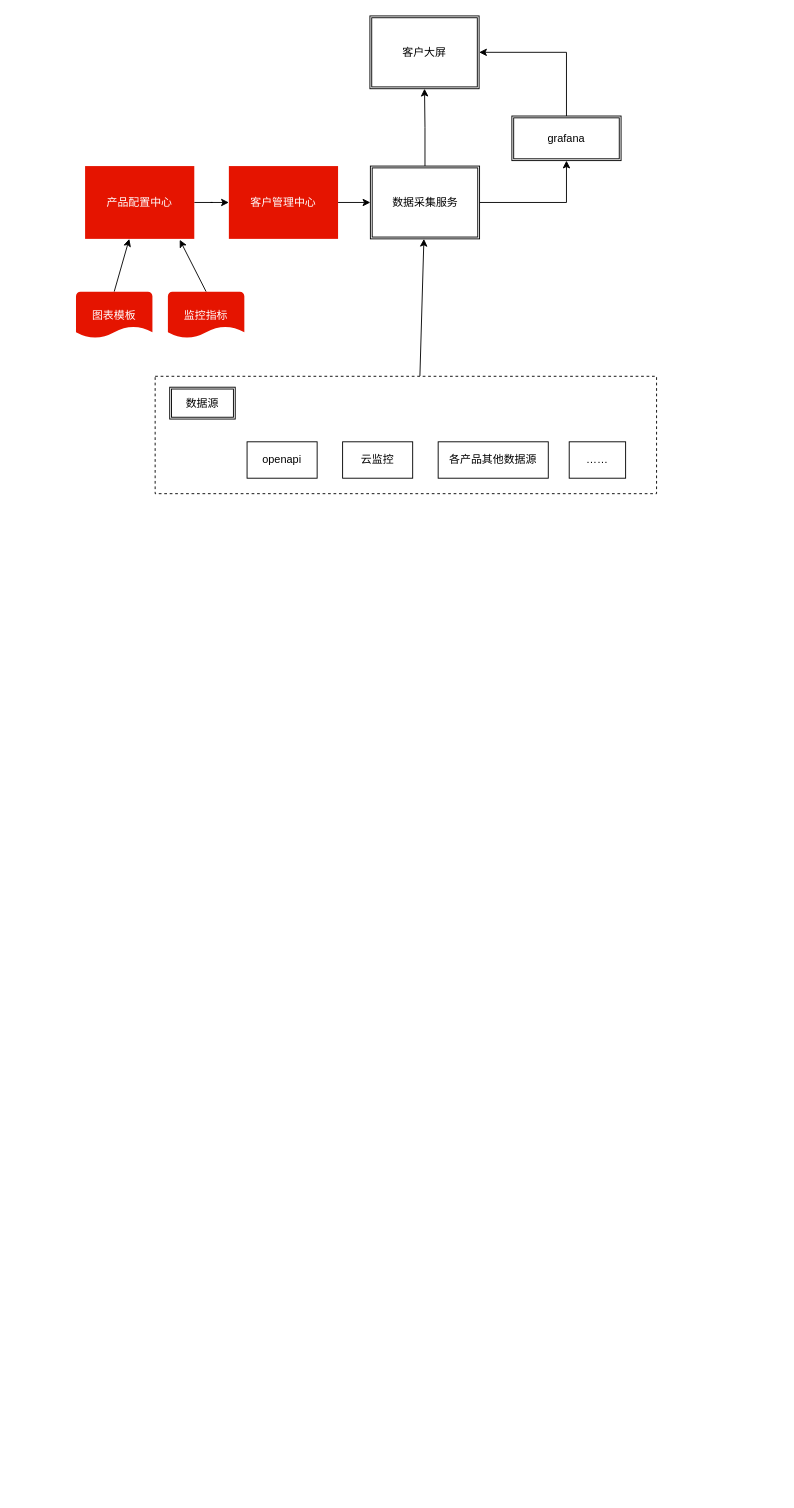
This is Untitled Diagram.drawio from SunnyYun/wecourse, a draw.io file, before an edit. Source tidied: cells renumbered, new cells numbered last; positions are measured from the earlier drawing's top-left corner, leaving out a move shared by most shapes. Both pictures are drawn from the tidied source at 91%, with x=0, y=0 at pixel (76, 15). Pictures stored in the file or linked from it are replaced by grey dashed boxes.
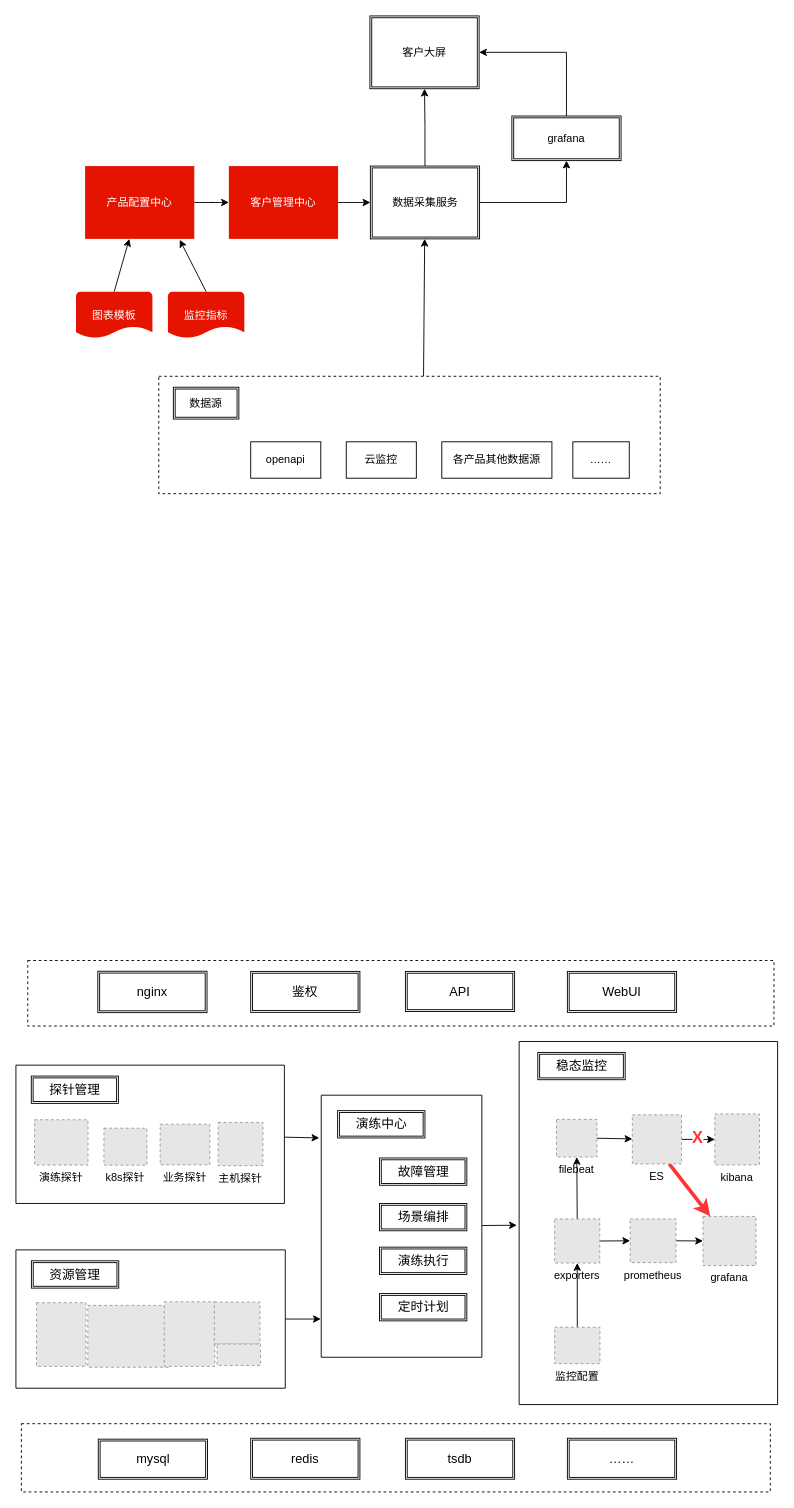
Above is the later version.

Diff of the diagram source:
```diff
@@
     <mxCell id="13" style="verticalLabelPosition=bottom;verticalAlign=top;html=1;shape=mxgraph.basic.rect;fillColor2=none;strokeWidth=1;size=20;indent=5;dashed=1;" parent="1" vertex="1">
-      <mxGeometry x="87" y="396" width="551" height="129" as="geometry" />
+      <mxGeometry x="91" y="396" width="551" height="129" as="geometry" />
     </mxCell>
     <mxCell id="14" value="数据源" style="shape=ext;double=1;rounded=0;whiteSpace=wrap;html=1;" parent="1" vertex="1">
-      <mxGeometry x="103" y="408" width="72" height="35" as="geometry" />
+      <mxGeometry x="107" y="408" width="72" height="35" as="geometry" />
     </mxCell>
@@
     <mxCell id="16" value="openapi" style="rounded=0;whiteSpace=wrap;html=1;align=center;" parent="1" vertex="1">
-      <mxGeometry x="188" y="468" width="77" height="40" as="geometry" />
+      <mxGeometry x="192" y="468" width="77" height="40" as="geometry" />
     </mxCell>
     <mxCell id="17" value="云监控" style="rounded=0;whiteSpace=wrap;html=1;align=center;" parent="1" vertex="1">
-      <mxGeometry x="293" y="468" width="77" height="40" as="geometry" />
+      <mxGeometry x="297" y="468" width="77" height="40" as="geometry" />
     </mxCell>
     <mxCell id="18" value="……" style="whiteSpace=wrap;html=1;rounded=0;" parent="1" vertex="1">
-      <mxGeometry x="542" y="468" width="62" height="40" as="geometry" />
+      <mxGeometry x="546" y="468" width="62" height="40" as="geometry" />
     </mxCell>
     <mxCell id="19" value="各产品其他数据源" style="rounded=0;whiteSpace=wrap;html=1;align=center;" parent="1" vertex="1">
-      <mxGeometry x="398" y="468" width="121" height="40" as="geometry" />
+      <mxGeometry x="402" y="468" width="121" height="40" as="geometry" />
     </mxCell>
@@
+    <mxCell id="24" style="group;" parent="1" vertex="1">
+      <mxGeometry x="-66" y="1153" width="295" height="152" as="geometry" />
+    </mxCell>
+    <mxCell id="25" style="verticalLabelPosition=bottom;verticalAlign=top;html=1;shape=mxgraph.basic.rect;fillColor2=none;strokeWidth=1;size=20;indent=5;fontSize=14;" parent="24" vertex="1">
+      <mxGeometry width="295" height="152" as="geometry" />
+    </mxCell>
+    <mxCell id="26" value="探针管理" style="shape=ext;double=1;rounded=0;whiteSpace=wrap;html=1;fontSize=14;align=center;" parent="24" vertex="1">
+      <mxGeometry x="16.9" y="12" width="95.7" height="30" as="geometry" />
+    </mxCell>
+    <mxCell id="27" value="演练探针" style="fillColor=#E6E6E6;strokeColor=#999999;dashed=1;verticalLabelPosition=bottom;labelBackgroundColor=#ffffff;verticalAlign=top;" parent="24" vertex="1">
+      <mxGeometry x="20.5" y="60" width="58.7" height="49.8" as="geometry" />
+    </mxCell>
+    <mxCell id="28" value="k8s探针" style="fillColor=#E6E6E6;strokeColor=#999999;dashed=1;verticalLabelPosition=bottom;labelBackgroundColor=#ffffff;verticalAlign=top;" parent="24" vertex="1">
+      <mxGeometry x="96.7" y="69.3" width="47.3" height="40.6" as="geometry" />
+    </mxCell>
+    <mxCell id="29" value="业务探针" style="fillColor=#E6E6E6;strokeColor=#999999;dashed=1;verticalLabelPosition=bottom;labelBackgroundColor=#ffffff;verticalAlign=top;" parent="24" vertex="1">
+      <mxGeometry x="158.5" y="64.9" width="54.6" height="44.6" as="geometry" />
+    </mxCell>
+    <mxCell id="30" value="主机探针" style="fillColor=#E6E6E6;strokeColor=#999999;dashed=1;verticalLabelPosition=bottom;labelBackgroundColor=#ffffff;verticalAlign=top;" parent="24" vertex="1">
+      <mxGeometry x="222.2" y="63" width="49.3" height="47.5" as="geometry" />
+    </mxCell>
+    <mxCell id="31" style="group;" parent="1" vertex="1">
+      <mxGeometry x="-66" y="1356" width="296" height="152" as="geometry" />
+    </mxCell>
+    <mxCell id="32" style="verticalLabelPosition=bottom;verticalAlign=top;html=1;shape=mxgraph.basic.rect;fillColor2=none;strokeWidth=1;size=20;indent=5;fontSize=14;" parent="31" vertex="1">
+      <mxGeometry width="296" height="152" as="geometry" />
+    </mxCell>
+    <mxCell id="33" value="资源管理" style="shape=ext;double=1;rounded=0;whiteSpace=wrap;html=1;fontSize=14;align=center;" parent="31" vertex="1">
+      <mxGeometry x="17" y="12" width="96" height="30" as="geometry" />
+    </mxCell>
+    <mxCell id="34" style="fillColor=#E6E6E6;strokeColor=#999999;dashed=1;verticalLabelPosition=bottom;labelBackgroundColor=#ffffff;verticalAlign=top;" parent="31" vertex="1">
+      <mxGeometry x="22.6" y="58" width="54.4" height="70" as="geometry" />
+    </mxCell>
+    <mxCell id="35" style="fillColor=#E6E6E6;strokeColor=#999999;dashed=1;verticalLabelPosition=bottom;labelBackgroundColor=#ffffff;verticalAlign=top;" parent="31" vertex="1">
+      <mxGeometry x="79" y="61" width="88.3" height="68" as="geometry" />
+    </mxCell>
+    <mxCell id="36" style="fillColor=#E6E6E6;strokeColor=#999999;dashed=1;verticalLabelPosition=bottom;labelBackgroundColor=#ffffff;verticalAlign=top;" parent="31" vertex="1">
+      <mxGeometry x="163" y="57" width="55.5" height="71" as="geometry" />
+    </mxCell>
+    <mxCell id="37" style="fillColor=#E6E6E6;strokeColor=#999999;dashed=1;verticalLabelPosition=bottom;labelBackgroundColor=#ffffff;verticalAlign=top;" parent="31" vertex="1">
+      <mxGeometry x="218" y="57.4" width="50.2" height="46.1" as="geometry" />
+    </mxCell>
+    <mxCell id="38" style="fillColor=#E6E6E6;strokeColor=#999999;dashed=1;verticalLabelPosition=bottom;labelBackgroundColor=#ffffff;verticalAlign=top;" parent="31" vertex="1">
+      <mxGeometry x="221" y="103.5" width="47.8" height="23.5" as="geometry" />
+    </mxCell>
+    <mxCell id="39" style="edgeStyle=none;rounded=0;jettySize=auto;html=1;fontSize=14;entryX=-0.009;entryY=0.506;entryDx=0;entryDy=0;entryPerimeter=0;" parent="1" edge="1" source="40" target="58">
+      <mxGeometry relative="1" as="geometry" />
+    </mxCell>
+    <mxCell id="40" style="verticalLabelPosition=bottom;verticalAlign=top;html=1;shape=mxgraph.basic.rect;fillColor2=none;strokeWidth=1;size=20;indent=5;fontSize=14;" parent="1" vertex="1">
+      <mxGeometry x="269.5" y="1186" width="176.5" height="288" as="geometry" />
+    </mxCell>
+    <mxCell id="41" value="演练中心" style="shape=ext;double=1;rounded=0;whiteSpace=wrap;html=1;fontSize=14;align=center;" parent="1" vertex="1">
+      <mxGeometry x="287.5" y="1203" width="96" height="30" as="geometry" />
+    </mxCell>
+    <mxCell id="42" value="故障管理" style="shape=ext;double=1;rounded=0;whiteSpace=wrap;html=1;fontSize=14;align=center;" parent="1" vertex="1">
+      <mxGeometry x="333.5" y="1255" width="96" height="30" as="geometry" />
+    </mxCell>
+    <mxCell id="43" value="场景编排" style="shape=ext;double=1;rounded=0;whiteSpace=wrap;html=1;fontSize=14;align=center;" parent="1" vertex="1">
+      <mxGeometry x="333.5" y="1305" width="96" height="30" as="geometry" />
+    </mxCell>
+    <mxCell id="44" value="演练执行" style="shape=ext;double=1;rounded=0;whiteSpace=wrap;html=1;fontSize=14;align=center;" parent="1" vertex="1">
+      <mxGeometry x="333.5" y="1353" width="96" height="30" as="geometry" />
+    </mxCell>
+    <mxCell id="45" value="定时计划" style="shape=ext;double=1;rounded=0;whiteSpace=wrap;html=1;fontSize=14;align=center;" parent="1" vertex="1">
+      <mxGeometry x="333.5" y="1404" width="96" height="30" as="geometry" />
+    </mxCell>
+    <mxCell id="46" style="edgeStyle=none;rounded=0;jettySize=auto;html=1;fontSize=14;" parent="1" edge="1" source="32">
+      <mxGeometry relative="1" as="geometry">
+        <mxPoint x="269" y="1432" as="targetPoint" />
+      </mxGeometry>
+    </mxCell>
+    <mxCell id="47" style="edgeStyle=none;rounded=0;jettySize=auto;html=1;fontSize=14;entryX=-0.012;entryY=0.163;entryDx=0;entryDy=0;entryPerimeter=0;" parent="1" edge="1" source="25" target="40">
+      <mxGeometry relative="1" as="geometry" />
+    </mxCell>
+    <mxCell id="48" style="rounded=0;whiteSpace=wrap;html=1;fontSize=14;align=center;dashed=1;" parent="1" vertex="1">
+      <mxGeometry x="-53" y="1038" width="820" height="72" as="geometry" />
+    </mxCell>
+    <mxCell id="49" value="鉴权" style="shape=ext;double=1;rounded=0;whiteSpace=wrap;html=1;fontSize=14;align=center;" parent="1" vertex="1">
+      <mxGeometry x="192" y="1050" width="120" height="45" as="geometry" />
+    </mxCell>
+    <mxCell id="50" value="API" style="shape=ext;double=1;rounded=0;whiteSpace=wrap;html=1;fontSize=14;align=center;" parent="1" vertex="1">
+      <mxGeometry x="362" y="1050" width="120" height="44" as="geometry" />
+    </mxCell>
+    <mxCell id="51" value="WebUI" style="shape=ext;double=1;rounded=0;whiteSpace=wrap;html=1;fontSize=14;align=center;" parent="1" vertex="1">
+      <mxGeometry x="540" y="1050" width="120" height="45" as="geometry" />
+    </mxCell>
+    <mxCell id="52" style="rounded=0;whiteSpace=wrap;html=1;fontSize=14;align=center;dashed=1;" parent="1" vertex="1">
+      <mxGeometry x="-60" y="1547" width="823" height="75" as="geometry" />
+    </mxCell>
+    <mxCell id="53" value="mysql" style="shape=ext;double=1;rounded=0;whiteSpace=wrap;html=1;fontSize=14;align=center;" parent="1" vertex="1">
+      <mxGeometry x="24.5" y="1564" width="120" height="44" as="geometry" />
+    </mxCell>
+    <mxCell id="54" value="redis" style="shape=ext;double=1;rounded=0;whiteSpace=wrap;html=1;fontSize=14;align=center;" parent="1" vertex="1">
+      <mxGeometry x="192" y="1563" width="120" height="45" as="geometry" />
+    </mxCell>
+    <mxCell id="55" value="tsdb" style="shape=ext;double=1;rounded=0;whiteSpace=wrap;html=1;fontSize=14;align=center;" parent="1" vertex="1">
+      <mxGeometry x="362" y="1563" width="120" height="45" as="geometry" />
+    </mxCell>
+    <mxCell id="56" value="……" style="shape=ext;double=1;rounded=0;whiteSpace=wrap;html=1;fontSize=14;align=center;" parent="1" vertex="1">
+      <mxGeometry x="540" y="1563" width="120" height="45" as="geometry" />
+    </mxCell>
+    <mxCell id="57" value="nginx" style="shape=ext;double=1;rounded=0;whiteSpace=wrap;html=1;fontSize=14;align=center;" parent="1" vertex="1">
+      <mxGeometry x="24" y="1049.8" width="120" height="45.5" as="geometry" />
+    </mxCell>
+    <mxCell id="58" style="verticalLabelPosition=bottom;verticalAlign=top;html=1;shape=mxgraph.basic.rect;fillColor2=none;strokeWidth=1;size=20;indent=5;fontSize=14;" parent="1" vertex="1">
+      <mxGeometry x="487" y="1127" width="284" height="399" as="geometry" />
+    </mxCell>
+    <mxCell id="59" value="稳态监控" style="shape=ext;double=1;rounded=0;whiteSpace=wrap;html=1;fontSize=14;align=center;" parent="1" vertex="1">
+      <mxGeometry x="507.5" y="1139" width="96" height="30" as="geometry" />
+    </mxCell>
+    <mxCell id="60" style="edgeStyle=none;rounded=0;jettySize=auto;html=1;exitX=1;exitY=0.5;exitDx=0;exitDy=0;entryX=0;entryY=0.5;entryDx=0;entryDy=0;fontSize=14;" parent="1" edge="1" source="61" target="63">
+      <mxGeometry x="559" y="1227" as="geometry" />
+    </mxCell>
+    <mxCell id="61" value="prometheus" style="fillColor=#E6E6E6;strokeColor=#999999;dashed=1;verticalLabelPosition=bottom;labelBackgroundColor=#ffffff;verticalAlign=top;" parent="1" vertex="1">
+      <mxGeometry x="609" y="1322" width="50.4" height="48" as="geometry" />
+    </mxCell>
+    <mxCell id="62" value="kibana" style="fillColor=#E6E6E6;strokeColor=#999999;dashed=1;verticalLabelPosition=bottom;labelBackgroundColor=#ffffff;verticalAlign=top;" parent="1" vertex="1">
+      <mxGeometry x="702" y="1206.6" width="49.1" height="56" as="geometry" />
+    </mxCell>
+    <mxCell id="63" value="grafana" style="fillColor=#E6E6E6;strokeColor=#999999;dashed=1;verticalLabelPosition=bottom;labelBackgroundColor=#ffffff;verticalAlign=top;" parent="1" vertex="1">
+      <mxGeometry x="689" y="1319.2" width="58.3" height="54" as="geometry" />
+    </mxCell>
+    <mxCell id="64" style="edgeStyle=none;rounded=0;jettySize=auto;html=1;exitX=1;exitY=0.5;exitDx=0;exitDy=0;fontSize=14;" parent="1" edge="1" source="67" target="62">
+      <mxGeometry x="559" y="1227" as="geometry" />
+    </mxCell>
+    <mxCell id="65" value="&lt;font color=&quot;#ff3333&quot; style=&quot;font-size: 18px;&quot;&gt;X&lt;/font&gt;" style="edgeLabel;html=1;align=center;verticalAlign=middle;fontSize=18;spacing=0;fontStyle=1;" parent="64" vertex="1">
+      <mxGeometry relative="1" as="geometry">
+        <mxPoint x="-1" y="-2" as="offset" />
+      </mxGeometry>
+    </mxCell>
+    <mxCell id="66" style="edgeStyle=none;rounded=0;jettySize=auto;html=1;exitX=0.75;exitY=1;exitDx=0;exitDy=0;fontSize=14;fillColor=#e51400;strokeColor=#FF3333;strokeWidth=4;" parent="1" edge="1" source="67" target="63">
+      <mxGeometry relative="1" as="geometry" />
+    </mxCell>
+    <mxCell id="67" value="ES" style="fillColor=#E6E6E6;strokeColor=#999999;dashed=1;verticalLabelPosition=bottom;labelBackgroundColor=#ffffff;verticalAlign=top;" parent="1" vertex="1">
+      <mxGeometry x="611.4" y="1207.6" width="54" height="54" as="geometry" />
+    </mxCell>
+    <mxCell id="68" style="edgeStyle=none;rounded=0;jettySize=auto;html=1;exitX=1;exitY=0.5;exitDx=0;exitDy=0;fontSize=14;" parent="1" edge="1" source="69" target="67">
+      <mxGeometry x="559" y="1227" as="geometry" />
+    </mxCell>
+    <mxCell id="69" value="filebeat" style="fillColor=#E6E6E6;strokeColor=#999999;dashed=1;verticalLabelPosition=bottom;labelBackgroundColor=#ffffff;verticalAlign=top;" parent="1" vertex="1">
+      <mxGeometry x="528" y="1212.6" width="44.5" height="41.4" as="geometry" />
+    </mxCell>
+    <mxCell id="70" style="edgeStyle=none;rounded=0;jettySize=auto;html=1;exitX=1;exitY=0.5;exitDx=0;exitDy=0;entryX=0;entryY=0.5;entryDx=0;entryDy=0;fontSize=14;" parent="1" edge="1" source="72" target="61">
+      <mxGeometry x="559" y="1227" as="geometry" />
+    </mxCell>
+    <mxCell id="71" style="edgeStyle=none;rounded=0;jettySize=auto;html=1;exitX=0.5;exitY=0;exitDx=0;exitDy=0;fontSize=14;" parent="1" edge="1" source="72" target="69">
+      <mxGeometry x="559" y="1227" as="geometry" />
+    </mxCell>
+    <mxCell id="72" value="exporters" style="fillColor=#E6E6E6;strokeColor=#999999;dashed=1;verticalLabelPosition=bottom;labelBackgroundColor=#ffffff;verticalAlign=top;" parent="1" vertex="1">
+      <mxGeometry x="526" y="1322" width="49.6" height="48.5" as="geometry" />
+    </mxCell>
+    <mxCell id="73" style="edgeStyle=none;rounded=0;jettySize=auto;html=1;exitX=0.5;exitY=0;exitDx=0;exitDy=0;fontSize=14;" parent="1" edge="1" source="74" target="72">
+      <mxGeometry x="559" y="1227" as="geometry" />
+    </mxCell>
+    <mxCell id="74" value="监控配置" style="fillColor=#E6E6E6;strokeColor=#999999;dashed=1;verticalLabelPosition=bottom;labelBackgroundColor=#ffffff;verticalAlign=top;" parent="1" vertex="1">
+      <mxGeometry x="526" y="1441" width="49.8" height="40" as="geometry" />
+    </mxCell>
```
